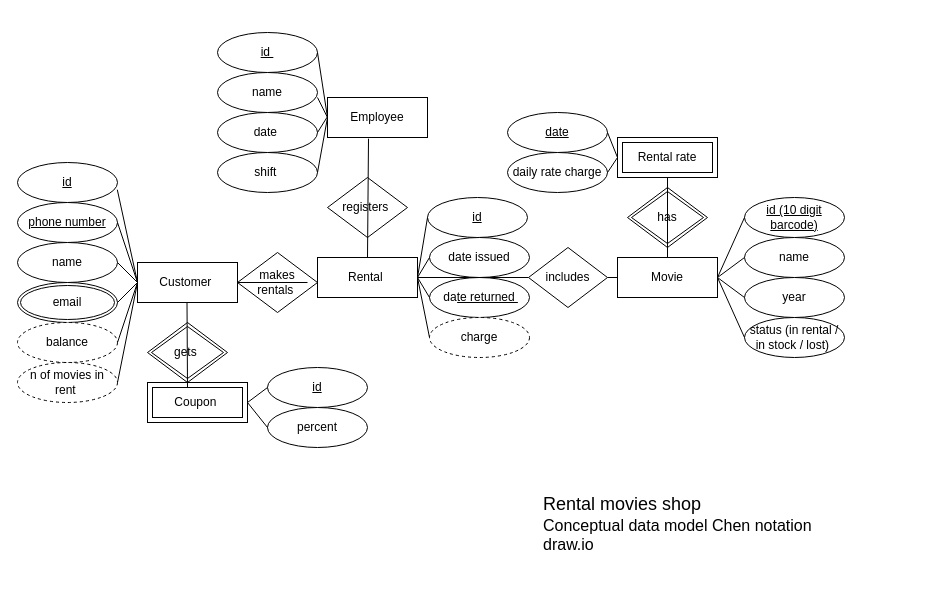
boudzela/data_model_rental_movie_shop keeps this draw.io diagram as conceptual  rental movie shop.drawio. Above is the earlier version. Source tidied: cells renumbered, new cells numbered last; positions are measured from the earlier drawing's top-left corner, leaving out a move shared by most shapes. Both pictures are drawn from the tidied source at 100%, with x=0, y=0 at pixel (17, 32).
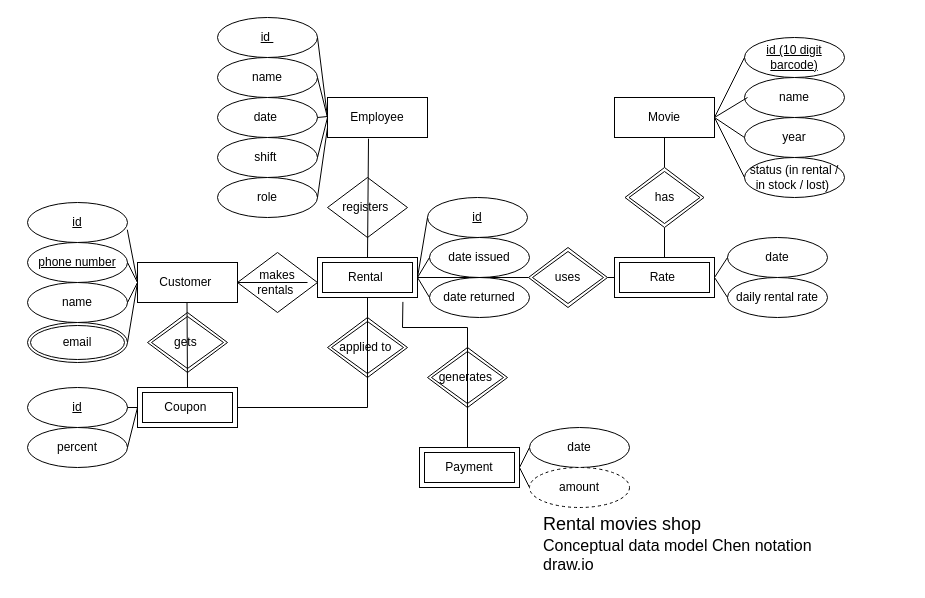
After the change.

Unchanged cells that the change refers to:
```xml
<mxCell id="52" value="Employee" style="whiteSpace=wrap;html=1;align=center;" parent="1" vertex="1">
  <mxGeometry x="310" y="65" width="100" height="40" as="geometry" />
</mxCell>
```

Change to the diagram source:
```diff
@@
     <mxCell id="3" value="Movie" style="whiteSpace=wrap;html=1;align=center;" parent="1" vertex="1">
-      <mxGeometry x="600" y="225" width="100" height="40" as="geometry" />
+      <mxGeometry x="597" y="65" width="100" height="40" as="geometry" />
     </mxCell>
     <mxCell id="4" value="id" style="ellipse;whiteSpace=wrap;html=1;align=center;fontStyle=4;" parent="1" vertex="1">
-      <mxGeometry y="130" width="100" height="40" as="geometry" />
+      <mxGeometry x="10" y="170" width="100" height="40" as="geometry" />
     </mxCell>
     <mxCell id="5" value="phone number" style="ellipse;whiteSpace=wrap;html=1;align=center;fontStyle=4;" parent="1" vertex="1">
-      <mxGeometry y="170" width="100" height="40" as="geometry" />
+      <mxGeometry x="10" y="210" width="100" height="40" as="geometry" />
     </mxCell>
     <mxCell id="6" value="name" style="ellipse;whiteSpace=wrap;html=1;align=center;" parent="1" vertex="1">
-      <mxGeometry y="210" width="100" height="40" as="geometry" />
+      <mxGeometry x="10" y="250" width="100" height="40" as="geometry" />
     </mxCell>
     <mxCell id="7" value="email" style="ellipse;shape=doubleEllipse;margin=3;whiteSpace=wrap;html=1;align=center;" parent="1" vertex="1">
-      <mxGeometry y="250" width="100" height="40" as="geometry" />
+      <mxGeometry x="10" y="290" width="100" height="40" as="geometry" />
     </mxCell>
@@
     <mxCell id="12" value="name" style="ellipse;whiteSpace=wrap;html=1;align=center;" parent="1" vertex="1">
-      <mxGeometry x="727" y="205" width="100" height="40" as="geometry" />
+      <mxGeometry x="727" y="45" width="100" height="40" as="geometry" />
     </mxCell>
     <mxCell id="13" value="id (10 digit barcode)" style="ellipse;whiteSpace=wrap;html=1;align=center;fontStyle=4;" parent="1" vertex="1">
-      <mxGeometry x="727" y="165" width="100" height="40" as="geometry" />
+      <mxGeometry x="727" y="5" width="100" height="40" as="geometry" />
     </mxCell>
     <mxCell id="14" value="year" style="ellipse;whiteSpace=wrap;html=1;align=center;" parent="1" vertex="1">
-      <mxGeometry x="727" y="245" width="100" height="40" as="geometry" />
+      <mxGeometry x="727" y="85" width="100" height="40" as="geometry" />
     </mxCell>
     <mxCell id="15" value="status (in rental / in stock / lost)&amp;nbsp;" style="ellipse;whiteSpace=wrap;html=1;align=center;" parent="1" vertex="1">
-      <mxGeometry x="727" y="285" width="100" height="40" as="geometry" />
+      <mxGeometry x="727" y="125" width="100" height="40" as="geometry" />
     </mxCell>
     <mxCell id="16" style="endArrow=none;html=1;rounded=0;entryX=0;entryY=0.5;entryDx=0;entryDy=0;" parent="1" edge="1" target="13">
       <mxGeometry relative="1" as="geometry">
-        <mxPoint x="700" y="245" as="sourcePoint" />
+        <mxPoint x="697" y="85" as="sourcePoint" />
       </mxGeometry>
     </mxCell>
-    <mxCell id="17" style="endArrow=none;html=1;rounded=0;entryX=0;entryY=0.5;entryDx=0;entryDy=0;" parent="1" edge="1" target="12">
+    <mxCell id="17" style="endArrow=none;html=1;rounded=0;entryX=0.03;entryY=0.5;entryDx=0;entryDy=0;entryPerimeter=0;" parent="1" edge="1" target="12">
       <mxGeometry relative="1" as="geometry">
-        <mxPoint x="700" y="245" as="sourcePoint" />
+        <mxPoint x="697" y="85" as="sourcePoint" />
       </mxGeometry>
     </mxCell>
-    <mxCell id="18" style="endArrow=none;html=1;rounded=0;entryX=0;entryY=0.5;entryDx=0;entryDy=0;" parent="1" edge="1" target="15">
-      <mxGeometry relative="1" as="geometry">
-        <mxPoint x="700" y="245" as="sourcePoint" />
-      </mxGeometry>
-    </mxCell>
     <mxCell id="19" style="endArrow=none;html=1;rounded=0;entryX=0;entryY=0.5;entryDx=0;entryDy=0;" parent="1" edge="1" target="14">
       <mxGeometry relative="1" as="geometry">
-        <mxPoint x="700" y="245" as="sourcePoint" />
+        <mxPoint x="697" y="85" as="sourcePoint" />
       </mxGeometry>
     </mxCell>
     <mxCell id="20" value="Coupon&amp;nbsp;" style="shape=ext;margin=3;double=1;whiteSpace=wrap;html=1;align=center;" parent="1" vertex="1">
-      <mxGeometry x="130" y="350" width="100" height="40" as="geometry" />
+      <mxGeometry x="120" y="355" width="100" height="40" as="geometry" />
     </mxCell>
     <mxCell id="21" value="id" style="ellipse;whiteSpace=wrap;html=1;align=center;fontStyle=4;" parent="1" vertex="1">
-      <mxGeometry x="250" y="335" width="100" height="40" as="geometry" />
+      <mxGeometry x="10" y="355" width="100" height="40" as="geometry" />
     </mxCell>
     <mxCell id="22" value="percent" style="ellipse;whiteSpace=wrap;html=1;align=center;" parent="1" vertex="1">
-      <mxGeometry x="250" y="375" width="100" height="40" as="geometry" />
+      <mxGeometry x="10" y="395" width="100" height="40" as="geometry" />
     </mxCell>
-    <mxCell id="23" style="endArrow=none;html=1;rounded=0;entryX=0;entryY=0.5;entryDx=0;entryDy=0;exitX=1;exitY=0.5;exitDx=0;exitDy=0;" parent="1" edge="1" source="20">
-      <mxGeometry relative="1" as="geometry">
-        <mxPoint x="250" y="355" as="targetPoint" />
-      </mxGeometry>
+    <mxCell id="23" style="endArrow=none;html=1;rounded=0;entryX=1;entryY=0.5;entryDx=0;entryDy=0;exitX=0;exitY=0.5;exitDx=0;exitDy=0;" parent="1" edge="1" source="20" target="21">
+      <mxGeometry relative="1" as="geometry" />
     </mxCell>
-    <mxCell id="24" style="endArrow=none;html=1;rounded=0;entryX=0;entryY=0.5;entryDx=0;entryDy=0;exitX=1;exitY=0.5;exitDx=0;exitDy=0;" parent="1" edge="1" source="20" target="22">
+    <mxCell id="24" style="endArrow=none;html=1;rounded=0;entryX=1;entryY=0.5;entryDx=0;entryDy=0;exitX=0;exitY=0.5;exitDx=0;exitDy=0;" parent="1" edge="1" source="20" target="22">
       <mxGeometry relative="1" as="geometry" />
     </mxCell>
-    <mxCell id="25" value="Rental rate" style="shape=ext;margin=3;double=1;whiteSpace=wrap;html=1;align=center;" parent="1" vertex="1">
-      <mxGeometry x="600" y="105" width="100" height="40" as="geometry" />
-    </mxCell>
-    <mxCell id="26" value="date" style="ellipse;whiteSpace=wrap;html=1;align=center;fontStyle=4;" parent="1" vertex="1">
-      <mxGeometry x="490" y="80" width="100" height="40" as="geometry" />
-    </mxCell>
-    <mxCell id="27" value="daily rate charge" style="ellipse;whiteSpace=wrap;html=1;align=center;" parent="1" vertex="1">
-      <mxGeometry x="490" y="120" width="100" height="40" as="geometry" />
+    <mxCell id="27" value="daily rental rate" style="ellipse;whiteSpace=wrap;html=1;align=center;" parent="1" vertex="1">
+      <mxGeometry x="710" y="245" width="100" height="40" as="geometry" />
     </mxCell>
@@
-    <mxCell id="31" value="balance" style="ellipse;whiteSpace=wrap;html=1;align=center;dashed=1;" parent="1" vertex="1">
-      <mxGeometry y="290" width="100" height="40" as="geometry" />
-    </mxCell>
-    <mxCell id="32" value="n of movies in rent&amp;nbsp;" style="ellipse;whiteSpace=wrap;html=1;align=center;dashed=1;" parent="1" vertex="1">
-      <mxGeometry y="330" width="100" height="40" as="geometry" />
-    </mxCell>
-    <mxCell id="33" value="charge" style="ellipse;whiteSpace=wrap;html=1;align=center;dashed=1;" parent="1" vertex="1">
-      <mxGeometry x="412" y="285" width="100" height="40" as="geometry" />
-    </mxCell>
@@
-    <mxCell id="37" style="endArrow=none;html=1;rounded=0;entryX=0;entryY=0.5;entryDx=0;entryDy=0;exitX=1;exitY=0.5;exitDx=0;exitDy=0;" parent="1" edge="1" source="67" target="33">
-      <mxGeometry relative="1" as="geometry" />
-    </mxCell>
-    <mxCell id="38" style="endArrow=none;html=1;rounded=0;entryX=0;entryY=0.5;entryDx=0;entryDy=0;exitX=1;exitY=0.5;exitDx=0;exitDy=0;" parent="1" edge="1" source="31">
-      <mxGeometry relative="1" as="geometry">
-        <mxPoint x="120" y="250" as="targetPoint" />
-      </mxGeometry>
-    </mxCell>
-    <mxCell id="39" style="endArrow=none;html=1;rounded=0;exitX=1;exitY=0.5;exitDx=0;exitDy=0;" parent="1" edge="1" source="32">
-      <mxGeometry relative="1" as="geometry">
-        <mxPoint x="120" y="250" as="targetPoint" />
-      </mxGeometry>
-    </mxCell>
@@
-    <mxCell id="41" style="endArrow=none;html=1;rounded=0;entryX=0;entryY=0.5;entryDx=0;entryDy=0;" parent="1" edge="1" source="44" target="3">
+    <mxCell id="41" style="endArrow=none;html=1;rounded=0;entryX=0;entryY=0.5;entryDx=0;entryDy=0;" parent="1" edge="1" source="44" target="80">
       <mxGeometry relative="1" as="geometry" />
     </mxCell>
@@
-    <mxCell id="44" value="includes" style="shape=rhombus;perimeter=rhombusPerimeter;whiteSpace=wrap;html=1;align=center;" parent="1" vertex="1">
+    <mxCell id="44" value="uses" style="shape=rhombus;double=1;perimeter=rhombusPerimeter;whiteSpace=wrap;html=1;align=center;" parent="1" vertex="1">
       <mxGeometry x="511" y="215" width="79" height="60" as="geometry" />
     </mxCell>
     <mxCell id="45" value="gets&amp;nbsp;" style="shape=rhombus;double=1;perimeter=rhombusPerimeter;whiteSpace=wrap;html=1;align=center;" parent="1" vertex="1">
-      <mxGeometry x="130" y="290" width="80" height="60" as="geometry" />
+      <mxGeometry x="130" y="280" width="80" height="60" as="geometry" />
     </mxCell>
-    <mxCell id="46" value="has" style="shape=rhombus;double=1;perimeter=rhombusPerimeter;whiteSpace=wrap;html=1;align=center;" parent="1" vertex="1">
-      <mxGeometry x="610" y="155" width="80" height="60" as="geometry" />
-    </mxCell>
@@
-    <mxCell id="48" style="endArrow=none;html=1;rounded=0;exitX=0.5;exitY=0;exitDx=0;exitDy=0;entryX=0.5;entryY=1;entryDx=0;entryDy=0;" parent="1" edge="1" source="3" target="25">
-      <mxGeometry relative="1" as="geometry" />
-    </mxCell>
     <mxCell id="49" value="&lt;font face=&quot;Helvetica&quot; style=&quot;font-size: 18px;&quot;&gt;Rental movies shop&amp;nbsp;&lt;/font&gt;&lt;div&gt;&lt;font face=&quot;Helvetica&quot; size=&quot;3&quot;&gt;Conceptual data model&amp;nbsp;&lt;span style=&quot;background-color: rgb(255, 255, 255);&quot;&gt;Chen notation&lt;/span&gt;&lt;/font&gt;&lt;/div&gt;&lt;div&gt;&lt;font face=&quot;Helvetica&quot; size=&quot;3&quot;&gt;&lt;span style=&quot;background-color: rgb(255, 255, 255);&quot;&gt;draw.io&lt;/span&gt;&lt;/font&gt;&lt;/div&gt;" style="text;strokeColor=none;fillColor=none;spacingLeft=4;spacingRight=4;overflow=hidden;fontSize=12;whiteSpace=wrap;html=1;" parent="1" vertex="1">
-      <mxGeometry x="520" y="455" width="370" height="70" as="geometry" />
+      <mxGeometry x="520" y="475" width="300" height="70" as="geometry" />
     </mxCell>
-    <mxCell id="50" style="endArrow=none;html=1;rounded=0;entryX=0;entryY=0.5;entryDx=0;entryDy=0;exitX=1;exitY=0.5;exitDx=0;exitDy=0;" parent="1" edge="1" source="27" target="25">
-      <mxGeometry relative="1" as="geometry" />
-    </mxCell>
-    <mxCell id="51" style="endArrow=none;html=1;rounded=0;exitX=1;exitY=0.5;exitDx=0;exitDy=0;" parent="1" edge="1" source="26">
-      <mxGeometry relative="1" as="geometry">
-        <mxPoint x="600" y="125" as="targetPoint" />
-      </mxGeometry>
-    </mxCell>
@@
-    <mxCell id="54" style="line;strokeWidth=1;dashed=0;labelPosition=right;align=left;verticalAlign=middle;spacingTop=0;spacingLeft=6;" parent="1" vertex="1">
-      <mxGeometry x="440" y="265" width="60" height="10" as="geometry" />
-    </mxCell>
@@
     <mxCell id="56" value="id&amp;nbsp;" style="ellipse;whiteSpace=wrap;html=1;align=center;fontStyle=4;" parent="1" vertex="1">
-      <mxGeometry x="200" width="100" height="40" as="geometry" />
+      <mxGeometry x="200" y="-15" width="100" height="40" as="geometry" />
     </mxCell>
     <mxCell id="57" value="name" style="ellipse;whiteSpace=wrap;html=1;align=center;" parent="1" vertex="1">
-      <mxGeometry x="200" y="40" width="100" height="40" as="geometry" />
+      <mxGeometry x="200" y="25" width="100" height="40" as="geometry" />
     </mxCell>
     <mxCell id="58" value="date&amp;nbsp;" style="ellipse;whiteSpace=wrap;html=1;align=center;" parent="1" vertex="1">
-      <mxGeometry x="200" y="80" width="100" height="40" as="geometry" />
+      <mxGeometry x="200" y="65" width="100" height="40" as="geometry" />
     </mxCell>
     <mxCell id="59" value="shift&amp;nbsp;" style="ellipse;whiteSpace=wrap;html=1;align=center;" parent="1" vertex="1">
-      <mxGeometry x="200" y="120" width="100" height="40" as="geometry" />
+      <mxGeometry x="200" y="105" width="100" height="40" as="geometry" />
     </mxCell>
-    <mxCell id="60" style="line;strokeWidth=1;dashed=0;labelPosition=right;align=left;verticalAlign=middle;spacingTop=0;spacingLeft=6;" parent="1" vertex="1">
-      <mxGeometry x="440" y="265" width="60" height="10" as="geometry" />
-    </mxCell>
-    <mxCell id="61" style="line;strokeWidth=1;dashed=0;labelPosition=right;align=left;verticalAlign=middle;spacingTop=0;spacingLeft=6;" parent="1" vertex="1">
-      <mxGeometry x="440" y="265" width="60" height="10" as="geometry" />
-    </mxCell>
@@
-    <mxCell id="64" style="endArrow=none;html=1;rounded=0;exitX=1;exitY=0.5;exitDx=0;exitDy=0;" parent="1" edge="1">
+    <mxCell id="64" style="endArrow=none;html=1;rounded=0;exitX=1;exitY=0.5;exitDx=0;exitDy=0;" parent="1" edge="1" source="57">
       <mxGeometry relative="1" as="geometry">
-        <mxPoint x="300" y="65" as="sourcePoint" />
         <mxPoint x="310" y="85" as="targetPoint" />
       </mxGeometry>
     </mxCell>
@@
-    <mxCell id="67" value="Rental&amp;nbsp;" style="whiteSpace=wrap;html=1;align=center;" parent="1" vertex="1">
+    <mxCell id="67" value="Rental&amp;nbsp;" style="shape=ext;margin=3;double=1;whiteSpace=wrap;html=1;align=center;" parent="1" vertex="1">
       <mxGeometry x="300" y="225" width="100" height="40" as="geometry" />
     </mxCell>
+    <mxCell id="68" value="applied to&amp;nbsp;" style="shape=rhombus;double=1;perimeter=rhombusPerimeter;whiteSpace=wrap;html=1;align=center;" parent="1" vertex="1">
+      <mxGeometry x="310" y="285" width="80" height="60" as="geometry" />
+    </mxCell>
+    <mxCell id="69" style="endArrow=none;html=1;rounded=0;exitX=1;exitY=0.5;exitDx=0;exitDy=0;entryX=0.5;entryY=1;entryDx=0;entryDy=0;" parent="1" edge="1" target="67">
+      <mxGeometry relative="1" as="geometry">
+        <mxPoint x="220" y="375" as="sourcePoint" />
+        <Array as="points">
+          <mxPoint x="350" y="375" />
+        </Array>
+      </mxGeometry>
+    </mxCell>
+    <mxCell id="70" value="role" style="ellipse;whiteSpace=wrap;html=1;align=center;" parent="1" vertex="1">
+      <mxGeometry x="200" y="145" width="100" height="40" as="geometry" />
+    </mxCell>
+    <mxCell id="71" value="Payment" style="shape=ext;margin=3;double=1;whiteSpace=wrap;html=1;align=center;" parent="1" vertex="1">
+      <mxGeometry x="402" y="415" width="100" height="40" as="geometry" />
+    </mxCell>
+    <mxCell id="72" value="date" style="ellipse;whiteSpace=wrap;html=1;align=center;" parent="1" vertex="1">
+      <mxGeometry x="512" y="395" width="100" height="40" as="geometry" />
+    </mxCell>
+    <mxCell id="73" style="endArrow=none;html=1;rounded=0;exitX=1;exitY=0.5;exitDx=0;exitDy=0;entryX=0;entryY=0.5;entryDx=0;entryDy=0;" parent="1" edge="1" source="71">
+      <mxGeometry relative="1" as="geometry">
+        <mxPoint x="512" y="455" as="targetPoint" />
+      </mxGeometry>
+    </mxCell>
+    <mxCell id="74" style="endArrow=none;html=1;rounded=0;exitX=1;exitY=0.5;exitDx=0;exitDy=0;entryX=0;entryY=0.5;entryDx=0;entryDy=0;" parent="1" edge="1" source="71">
+      <mxGeometry relative="1" as="geometry">
+        <mxPoint x="512" y="415" as="targetPoint" />
+      </mxGeometry>
+    </mxCell>
+    <mxCell id="75" value="generates&amp;nbsp;" style="shape=rhombus;double=1;perimeter=rhombusPerimeter;whiteSpace=wrap;html=1;align=center;" parent="1" vertex="1">
+      <mxGeometry x="410" y="315" width="80" height="60" as="geometry" />
+    </mxCell>
+    <mxCell id="76" style="endArrow=none;html=1;rounded=0;entryX=0.854;entryY=1.11;entryDx=0;entryDy=0;entryPerimeter=0;" parent="1" edge="1" target="67">
+      <mxGeometry relative="1" as="geometry">
+        <mxPoint x="450" y="415" as="sourcePoint" />
+        <Array as="points">
+          <mxPoint x="450" y="295" />
+          <mxPoint x="385" y="295" />
+        </Array>
+      </mxGeometry>
+    </mxCell>
+    <mxCell id="77" style="endArrow=none;html=1;rounded=0;entryX=0;entryY=0.5;entryDx=0;entryDy=0;" parent="1" edge="1" target="15">
+      <mxGeometry relative="1" as="geometry">
+        <mxPoint x="697" y="85" as="sourcePoint" />
+      </mxGeometry>
+    </mxCell>
+    <mxCell id="78" style="endArrow=none;html=1;rounded=0;exitX=1;exitY=0.5;exitDx=0;exitDy=0;entryX=0;entryY=0.75;entryDx=0;entryDy=0;" parent="1" edge="1" source="70" target="52">
+      <mxGeometry relative="1" as="geometry" />
+    </mxCell>
+    <mxCell id="79" value="amount" style="ellipse;whiteSpace=wrap;html=1;align=center;dashed=1;" parent="1" vertex="1">
+      <mxGeometry x="512" y="435" width="100" height="40" as="geometry" />
+    </mxCell>
+    <mxCell id="80" value="Rate&amp;nbsp;" style="shape=ext;margin=3;double=1;whiteSpace=wrap;html=1;align=center;" parent="1" vertex="1">
+      <mxGeometry x="597" y="225" width="100" height="40" as="geometry" />
+    </mxCell>
+    <mxCell id="81" value="date" style="ellipse;whiteSpace=wrap;html=1;align=center;" parent="1" vertex="1">
+      <mxGeometry x="710" y="205" width="100" height="40" as="geometry" />
+    </mxCell>
+    <mxCell id="82" style="endArrow=none;html=1;rounded=0;exitX=0.5;exitY=1;exitDx=0;exitDy=0;entryX=0.5;entryY=0;entryDx=0;entryDy=0;" parent="1" edge="1" source="46" target="80">
+      <mxGeometry relative="1" as="geometry" />
+    </mxCell>
+    <mxCell id="83" style="endArrow=none;html=1;rounded=0;exitX=0.5;exitY=1;exitDx=0;exitDy=0;entryX=0.5;entryY=0;entryDx=0;entryDy=0;" parent="1" edge="1" source="3" target="46">
+      <mxGeometry relative="1" as="geometry" />
+    </mxCell>
+    <mxCell id="46" value="has" style="shape=rhombus;double=1;perimeter=rhombusPerimeter;whiteSpace=wrap;html=1;align=center;" parent="1" vertex="1">
+      <mxGeometry x="607.5" y="135" width="79" height="60" as="geometry" />
+    </mxCell>
+    <mxCell id="84" style="endArrow=none;html=1;rounded=0;exitX=0;exitY=0.5;exitDx=0;exitDy=0;entryX=1;entryY=0.5;entryDx=0;entryDy=0;" parent="1" edge="1" source="81" target="80">
+      <mxGeometry relative="1" as="geometry" />
+    </mxCell>
+    <mxCell id="85" style="endArrow=none;html=1;rounded=0;entryX=0;entryY=0.5;entryDx=0;entryDy=0;" parent="1" edge="1" target="27">
+      <mxGeometry relative="1" as="geometry">
+        <mxPoint x="697" y="245" as="sourcePoint" />
+      </mxGeometry>
+    </mxCell>
```
